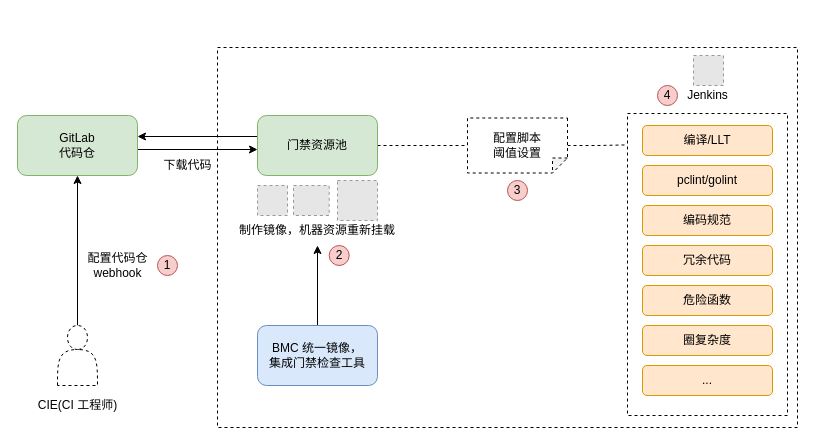
Above: door-control.drawio in zhanyeye/diagrams (draw.io), before the change. Source tidied: cells renumbered, new cells numbered last; positions are measured from the earlier drawing's top-left corner, leaving out a move shared by most shapes. Both pictures are drawn from the tidied source at 100%, with x=0, y=0 at pixel (17, 47). Pictures stored in the file or linked from it are replaced by grey dashed boxes.
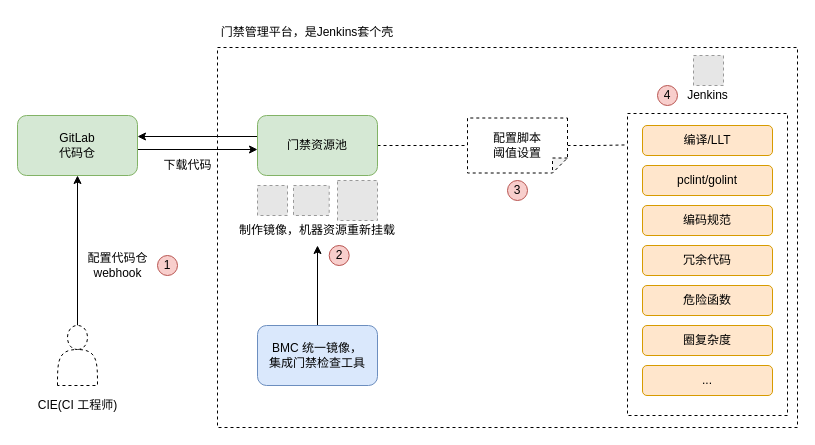
After the change.

Change to the diagram source:
```diff
@@
+    <mxCell id="36" value="门禁管理平台，是Jenkins套个壳" style="text;html=1;strokeColor=none;fillColor=none;align=center;verticalAlign=middle;whiteSpace=wrap;rounded=0;" parent="1" vertex="1">
+      <mxGeometry x="200" y="-30" width="180" height="30" as="geometry" />
+    </mxCell>
```
